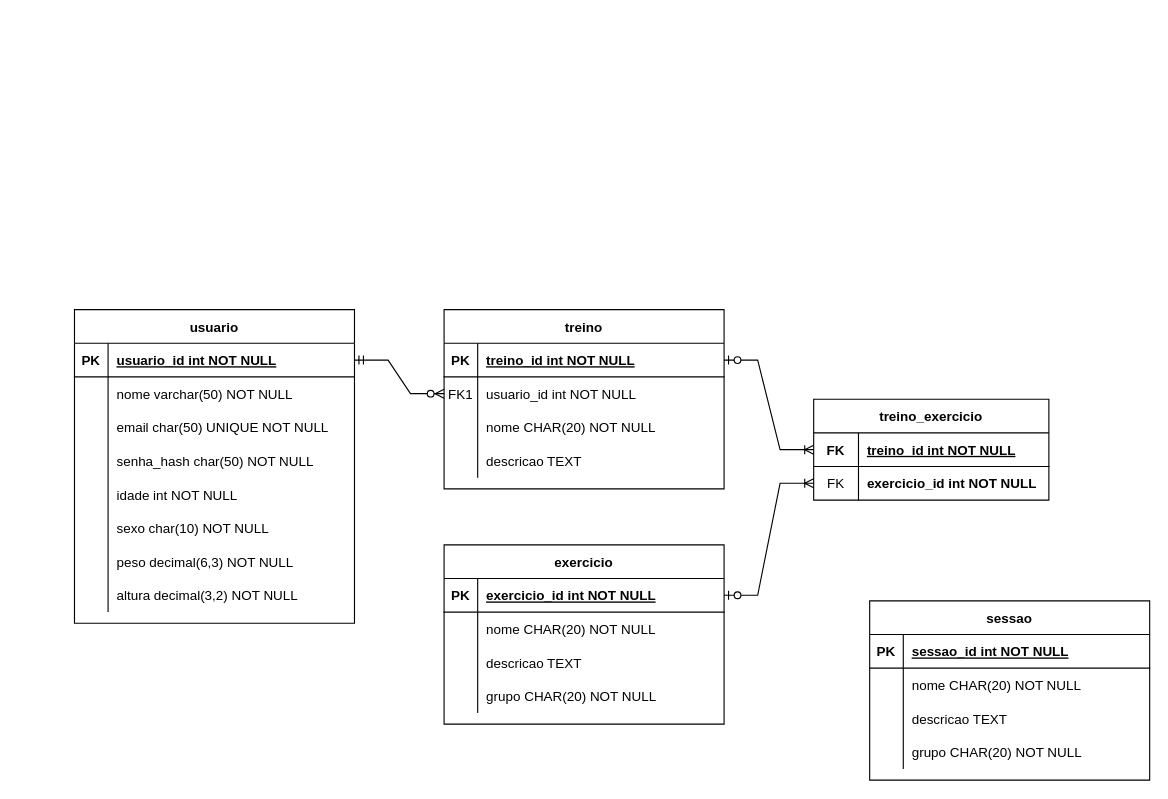
FelipeGodoy96/cautious-invention keeps this draw.io diagram as assets/Boribilder.drawio. Above is the earlier version. Source tidied: cells renumbered, new cells numbered last; positions are measured from the earlier drawing's top-left corner, leaving out a move shared by most shapes. Both pictures are drawn from the tidied source at 112%, with x=0, y=0 at pixel (74, 309).
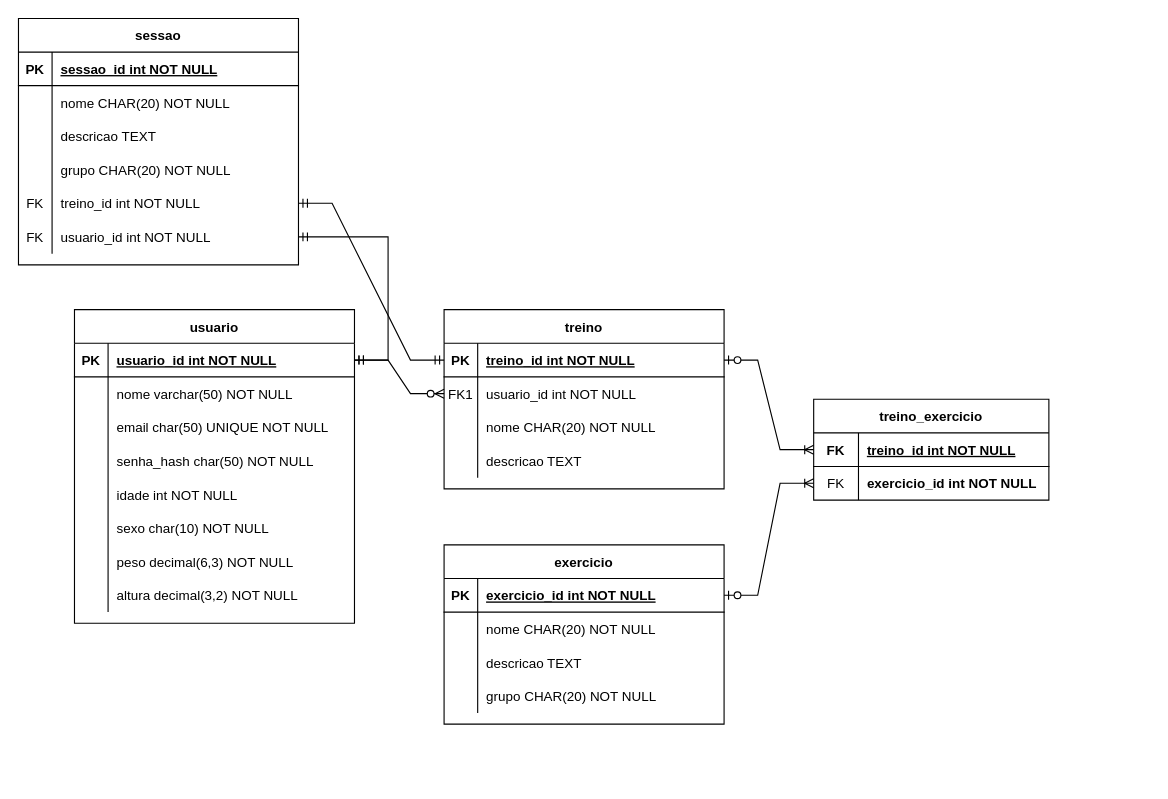
The same diagram, later.

The change refers to these unchanged cells:
```xml
<mxCell id="3" style="shape=partialRectangle;fillColor=none;points=[[0,0.5],[1,0.5]];portConstraint=eastwest;top=0;left=0;right=0;bottom=1;" parent="2" vertex="1">
  <mxGeometry y="30" width="250" height="30" as="geometry" />
</mxCell>
<mxCell id="29" style="shape=partialRectangle;fillColor=none;points=[[0,0.5],[1,0.5]];portConstraint=eastwest;top=0;left=0;right=0;bottom=1;" parent="28" vertex="1">
  <mxGeometry y="30" width="250" height="30" as="geometry" />
</mxCell>
```

The edit, as a diff of the source:
```diff
@@
     <mxCell id="63" value="sessao" style="shape=table;startSize=30;childLayout=tableLayout;rowLines=0;fontStyle=1;align=center;" parent="1" vertex="1">
-      <mxGeometry x="710" y="260" width="250" height="160" as="geometry" />
+      <mxGeometry x="-50" y="-260" width="250" height="220" as="geometry" />
     </mxCell>
@@
+    <mxCell id="76" style="shape=partialRectangle;fillColor=none;points=[[0,0.5],[1,0.5]];portConstraint=eastwest;top=0;left=0;right=0;bottom=0;" parent="63" vertex="1">
+      <mxGeometry y="150" width="250" height="30" as="geometry" />
+    </mxCell>
+    <mxCell id="77" value="FK" style="shape=partialRectangle;overflow=hidden;fillColor=none;top=0;left=0;bottom=0;right=0;" parent="76" vertex="1">
+      <mxGeometry width="30" height="30" as="geometry" />
+    </mxCell>
+    <mxCell id="78" value="treino_id int NOT NULL" style="shape=partialRectangle;overflow=hidden;fillColor=none;top=0;left=0;bottom=0;right=0;align=left;spacingLeft=6;" parent="76" vertex="1">
+      <mxGeometry x="30" width="220" height="30" as="geometry" />
+    </mxCell>
+    <mxCell id="79" style="shape=partialRectangle;fillColor=none;points=[[0,0.5],[1,0.5]];portConstraint=eastwest;top=0;left=0;right=0;bottom=0;" parent="63" vertex="1">
+      <mxGeometry y="180" width="250" height="30" as="geometry" />
+    </mxCell>
+    <mxCell id="80" value="FK" style="shape=partialRectangle;overflow=hidden;fillColor=none;top=0;left=0;bottom=0;right=0;" parent="79" vertex="1">
+      <mxGeometry width="30" height="30" as="geometry" />
+    </mxCell>
+    <mxCell id="81" value="usuario_id int NOT NULL" style="shape=partialRectangle;overflow=hidden;fillColor=none;top=0;left=0;bottom=0;right=0;align=left;spacingLeft=6;" parent="79" vertex="1">
+      <mxGeometry x="30" width="220" height="30" as="geometry" />
+    </mxCell>
+    <mxCell id="82" style="edgeStyle=entityRelationEdgeStyle;fontSize=12;html=1;endArrow=ERmandOne;startArrow=ERmandOne;rounded=0;entryX=0;entryY=0.5;entryDx=0;entryDy=0;" parent="1" edge="1" source="76" target="3">
+      <mxGeometry relative="1" as="geometry" />
+    </mxCell>
+    <mxCell id="83" style="edgeStyle=entityRelationEdgeStyle;fontSize=12;html=1;endArrow=ERmandOne;startArrow=ERmandOne;rounded=0;" parent="1" edge="1" source="29" target="79">
+      <mxGeometry relative="1" as="geometry" />
+    </mxCell>
```
